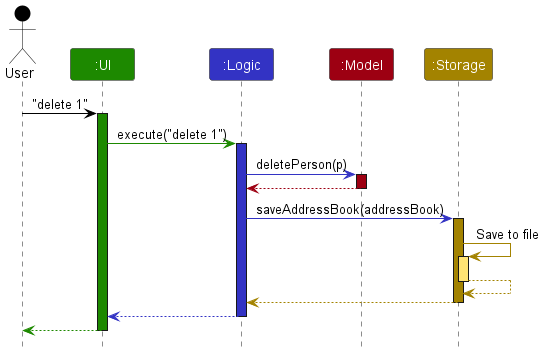
AY2627S1-CS2103T-W14-3/tp keeps this PlantUML diagram as images/ArchitectureSequenceDiagram.png. Above is the earlier version.
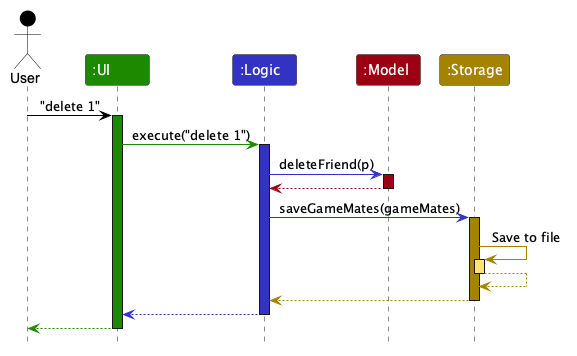
The same diagram one commit later.

What changed in the source:
```diff
@@ -1,4 +1,5 @@
 @startuml
+!pragma layout smetana
 !include style.puml
 skinparam ArrowFontStyle plain
 
@@ -14,13 +15,13 @@
 ui -[UI_COLOR]> logic : execute("delete 1")
 activate logic LOGIC_COLOR
 
-logic -[LOGIC_COLOR]> model : deletePerson(p)
+logic -[LOGIC_COLOR]> model : deleteFriend(p)
 activate model MODEL_COLOR
 
 model -[MODEL_COLOR]-> logic
 deactivate model
 
-logic -[LOGIC_COLOR]> storage : saveAddressBook(addressBook)
+logic -[LOGIC_COLOR]> storage : saveGameMates(gameMates)
 activate storage STORAGE_COLOR
 
 storage -[STORAGE_COLOR]> storage : Save to file
```
